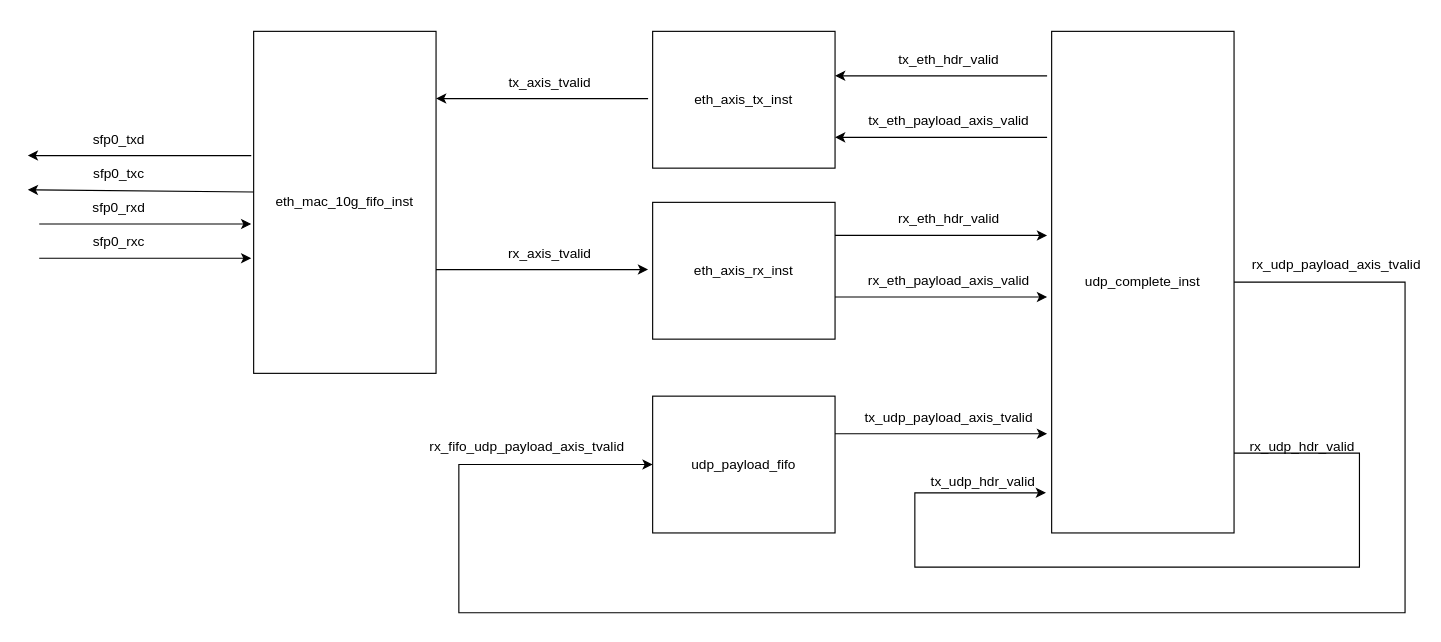
Before: page "fpga_core" (3 of 4) of verilog-ethernet.drawio in gdhzyz/draws, a draw.io diagram. Source tidied: cells renumbered, new cells numbered last; positions are measured from the earlier drawing's top-left corner, leaving out a move shared by most shapes. Both pictures are drawn from the tidied source at 114%, with x=0, y=0 at pixel (27, 31).
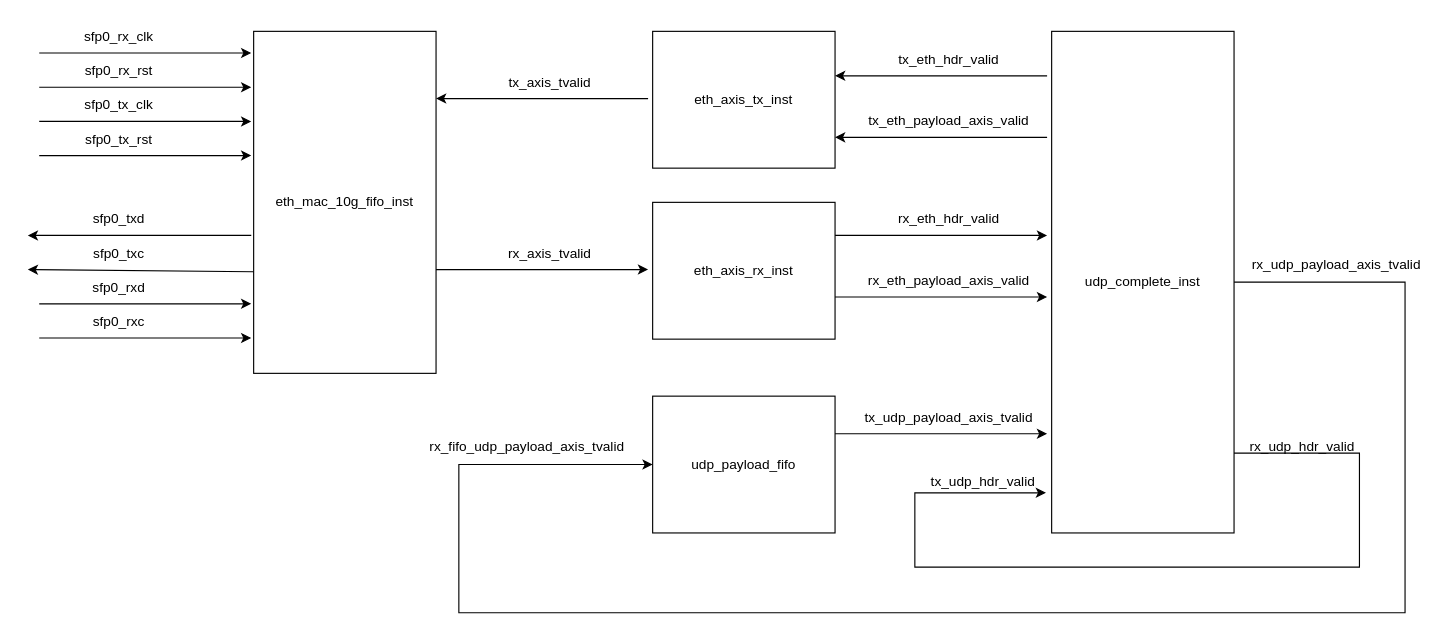
The same diagram, later.

Diff of the diagram source:
```diff
@@
     <mxCell id="3" style="endArrow=classic;html=1;rounded=0;exitX=-0.012;exitY=0.203;exitDx=0;exitDy=0;exitPerimeter=0;" parent="1" edge="1">
       <mxGeometry relative="1" as="geometry">
-        <mxPoint x="198" y="140.9" as="sourcePoint" />
-        <mxPoint x="-0.1" y="139" as="targetPoint" />
+        <mxPoint x="198" y="210.9" as="sourcePoint" />
+        <mxPoint x="-0.1" y="209" as="targetPoint" />
       </mxGeometry>
     </mxCell>
     <mxCell id="4" value="sfp0_txc" style="text;strokeColor=none;align=center;fillColor=none;html=1;verticalAlign=middle;whiteSpace=wrap;rounded=0;" parent="1" vertex="1">
-      <mxGeometry x="49.9" y="110" width="60" height="30" as="geometry" />
+      <mxGeometry x="49.9" y="180" width="60" height="30" as="geometry" />
     </mxCell>
     <mxCell id="5" style="endArrow=classic;html=1;rounded=0;" parent="1" edge="1">
       <mxGeometry relative="1" as="geometry">
-        <mxPoint x="195.9" y="109" as="sourcePoint" />
-        <mxPoint x="-0.1" y="109" as="targetPoint" />
+        <mxPoint x="195.9" y="179" as="sourcePoint" />
+        <mxPoint x="-0.1" y="179" as="targetPoint" />
       </mxGeometry>
     </mxCell>
     <mxCell id="6" value="sfp0_txd" style="text;strokeColor=none;align=center;fillColor=none;html=1;verticalAlign=middle;whiteSpace=wrap;rounded=0;" parent="1" vertex="1">
-      <mxGeometry x="49.9" y="80" width="60" height="30" as="geometry" />
+      <mxGeometry x="49.9" y="150" width="60" height="30" as="geometry" />
     </mxCell>
     <mxCell id="7" style="endArrow=classic;html=1;rounded=0;entryX=-0.025;entryY=0.295;entryDx=0;entryDy=0;entryPerimeter=0;" parent="1" edge="1">
       <mxGeometry relative="1" as="geometry">
-        <mxPoint x="9.9" y="199" as="sourcePoint" />
-        <mxPoint x="195.9" y="199" as="targetPoint" />
+        <mxPoint x="9.9" y="269" as="sourcePoint" />
+        <mxPoint x="195.9" y="269" as="targetPoint" />
       </mxGeometry>
     </mxCell>
     <mxCell id="8" value="sfp0_rxc" style="text;strokeColor=none;align=center;fillColor=none;html=1;verticalAlign=middle;whiteSpace=wrap;rounded=0;" parent="1" vertex="1">
-      <mxGeometry x="49.9" y="170" width="60" height="30" as="geometry" />
+      <mxGeometry x="49.9" y="240" width="60" height="30" as="geometry" />
     </mxCell>
     <mxCell id="9" style="endArrow=classic;html=1;rounded=0;entryX=-0.025;entryY=0.295;entryDx=0;entryDy=0;entryPerimeter=0;" parent="1" edge="1">
       <mxGeometry relative="1" as="geometry">
-        <mxPoint x="9.9" y="169" as="sourcePoint" />
-        <mxPoint x="195.9" y="169" as="targetPoint" />
+        <mxPoint x="9.9" y="239" as="sourcePoint" />
+        <mxPoint x="195.9" y="239" as="targetPoint" />
       </mxGeometry>
     </mxCell>
     <mxCell id="10" value="sfp0_rxd" style="text;strokeColor=none;align=center;fillColor=none;html=1;verticalAlign=middle;whiteSpace=wrap;rounded=0;" parent="1" vertex="1">
-      <mxGeometry x="49.9" y="140" width="60" height="30" as="geometry" />
+      <mxGeometry x="49.9" y="210" width="60" height="30" as="geometry" />
     </mxCell>
@@
+    <mxCell id="35" style="endArrow=classic;html=1;rounded=0;entryX=-0.025;entryY=0.295;entryDx=0;entryDy=0;entryPerimeter=0;" parent="1" edge="1">
+      <mxGeometry relative="1" as="geometry">
+        <mxPoint x="9.9" y="49" as="sourcePoint" />
+        <mxPoint x="195.9" y="49" as="targetPoint" />
+      </mxGeometry>
+    </mxCell>
+    <mxCell id="36" value="sfp0_rx_rst" style="text;strokeColor=none;align=center;fillColor=none;html=1;verticalAlign=middle;whiteSpace=wrap;rounded=0;" parent="1" vertex="1">
+      <mxGeometry x="49.9" y="20" width="60" height="30" as="geometry" />
+    </mxCell>
+    <mxCell id="37" style="endArrow=classic;html=1;rounded=0;entryX=-0.025;entryY=0.295;entryDx=0;entryDy=0;entryPerimeter=0;" parent="1" edge="1">
+      <mxGeometry relative="1" as="geometry">
+        <mxPoint x="9.9" y="19" as="sourcePoint" />
+        <mxPoint x="195.9" y="19" as="targetPoint" />
+      </mxGeometry>
+    </mxCell>
+    <mxCell id="38" value="sfp0_rx_clk" style="text;strokeColor=none;align=center;fillColor=none;html=1;verticalAlign=middle;whiteSpace=wrap;rounded=0;" parent="1" vertex="1">
+      <mxGeometry x="49.9" y="-10" width="60" height="30" as="geometry" />
+    </mxCell>
+    <mxCell id="39" style="endArrow=classic;html=1;rounded=0;entryX=-0.025;entryY=0.295;entryDx=0;entryDy=0;entryPerimeter=0;" parent="1" edge="1">
+      <mxGeometry relative="1" as="geometry">
+        <mxPoint x="9.9" y="109" as="sourcePoint" />
+        <mxPoint x="195.9" y="109" as="targetPoint" />
+      </mxGeometry>
+    </mxCell>
+    <mxCell id="40" value="sfp0_tx_rst" style="text;strokeColor=none;align=center;fillColor=none;html=1;verticalAlign=middle;whiteSpace=wrap;rounded=0;" parent="1" vertex="1">
+      <mxGeometry x="49.9" y="80" width="60" height="30" as="geometry" />
+    </mxCell>
+    <mxCell id="41" style="endArrow=classic;html=1;rounded=0;entryX=-0.025;entryY=0.295;entryDx=0;entryDy=0;entryPerimeter=0;" parent="1" edge="1">
+      <mxGeometry relative="1" as="geometry">
+        <mxPoint x="9.9" y="79" as="sourcePoint" />
+        <mxPoint x="195.9" y="79" as="targetPoint" />
+      </mxGeometry>
+    </mxCell>
+    <mxCell id="42" value="sfp0_tx_clk" style="text;strokeColor=none;align=center;fillColor=none;html=1;verticalAlign=middle;whiteSpace=wrap;rounded=0;" parent="1" vertex="1">
+      <mxGeometry x="49.9" y="50" width="60" height="30" as="geometry" />
+    </mxCell>
```
